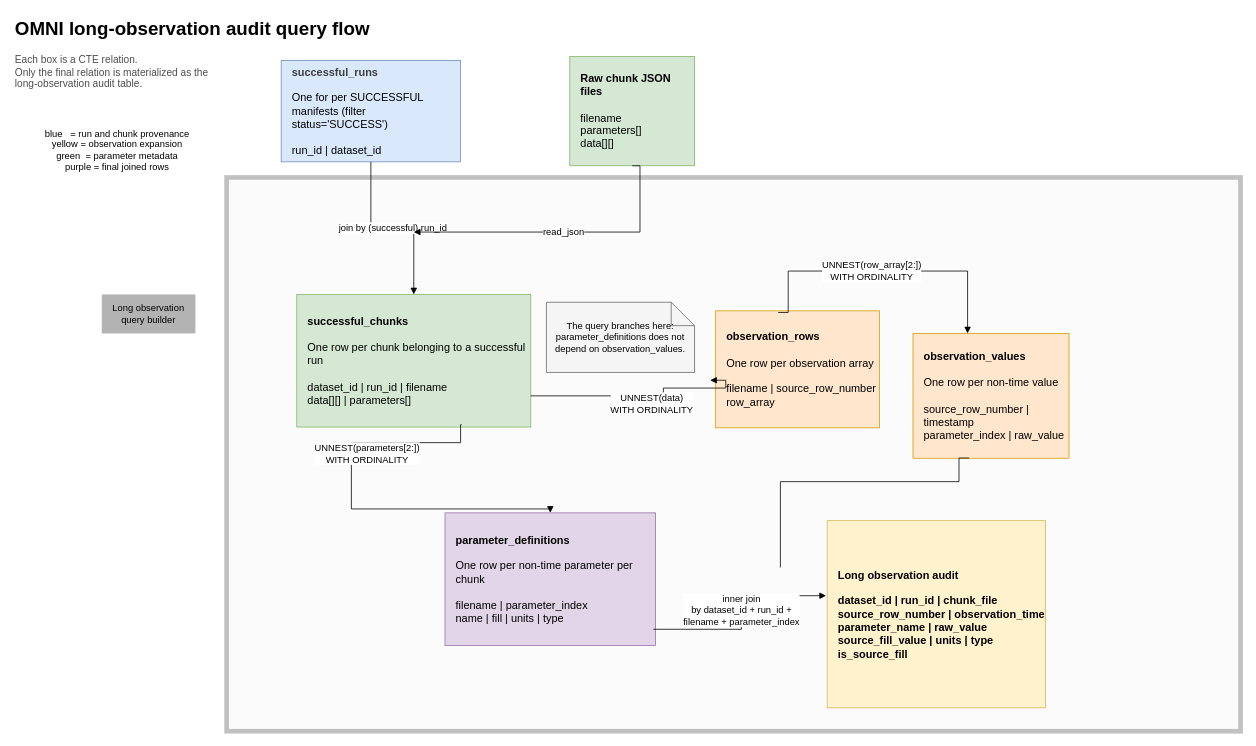
Above: page "Audit table flow" (3 of 6) of specs/omni-preproc.drawio in keithzyyy/space-weather-project (draw.io), before the change. Source tidied: cells renumbered, new cells numbered last; positions are measured from the earlier drawing's top-left corner, leaving out a move shared by most shapes. Both pictures are drawn from the tidied source at 78%, with x=0, y=0 at pixel (13, 13).
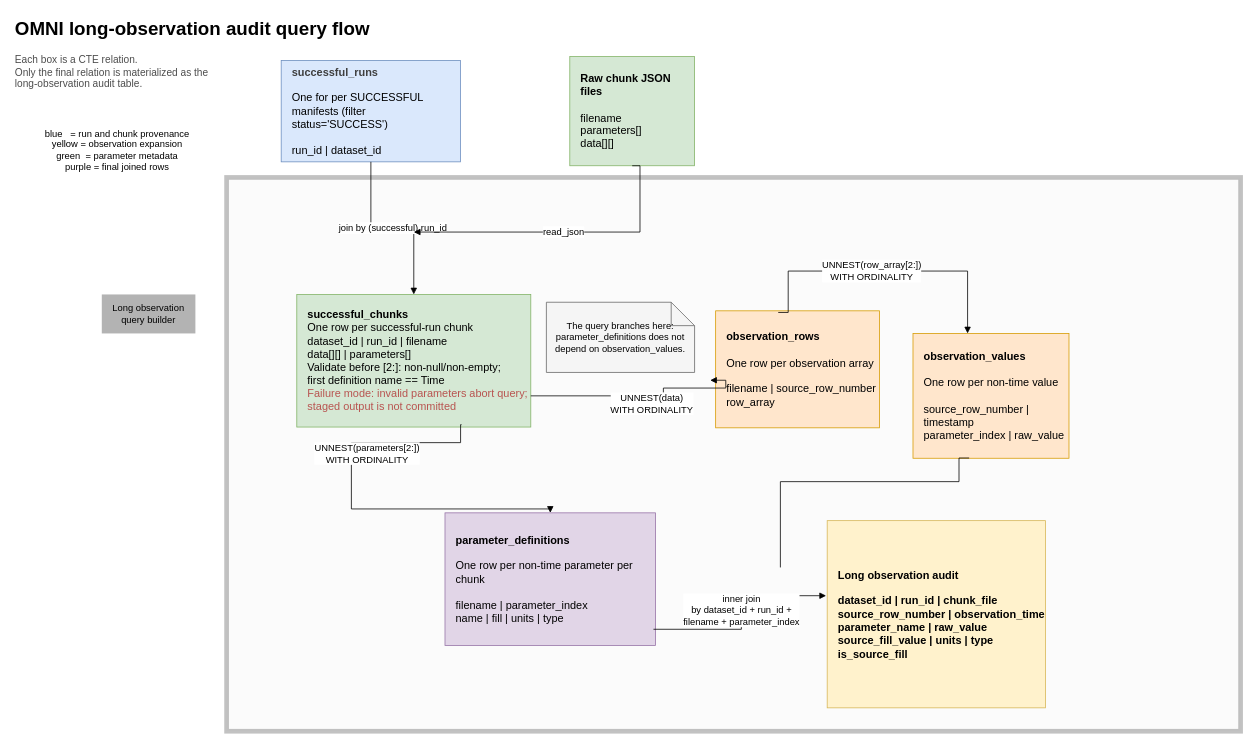
Above is the later version.

Diff of the diagram source:
```diff
@@
-    <mxCell id="7" value="&lt;b&gt;successful_chunks&lt;/b&gt;&lt;br&gt;&lt;br&gt;One row per chunk belonging to a successful run&lt;br&gt;&lt;br&gt;dataset_id | run_id | filename&lt;br&gt;data[][] | parameters[]" style="rounded=0;whiteSpace=wrap;html=1;fillColor=#D5E8D4;strokeColor=#82B366;align=left;spacingLeft=12;fontSize=14;" parent="1" vertex="1">
+    <mxCell id="7" value="&lt;b&gt;successful_chunks&lt;/b&gt;&lt;br&gt;One row per successful-run chunk&lt;br&gt;dataset_id | run_id | filename&lt;br&gt;data[][] | parameters[]&lt;br&gt;Validate before [2:]: non-null/non-empty;&lt;br&gt;first definition name == Time&lt;br&gt;&lt;font color=&quot;#B85450&quot;&gt;Failure mode: invalid parameters abort query;&lt;br&gt;staged output is not committed&lt;/font&gt;" style="rounded=0;whiteSpace=wrap;html=1;fillColor=#D5E8D4;strokeColor=#82B366;align=left;spacingLeft=12;fontSize=14;" parent="1" vertex="1">
       <mxGeometry x="363" y="360" width="300" height="170" as="geometry" />
     </mxCell>
```
